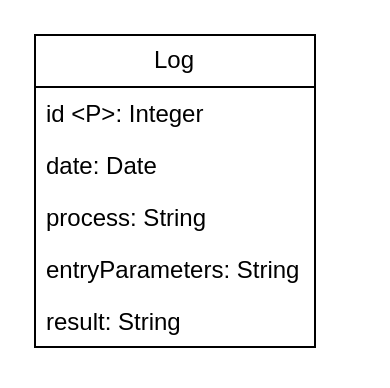
danielpilot/event-database keeps this draw.io diagram as conceptual-diagram-log.drawio. Above is the earlier version. Source tidied: cells renumbered, new cells numbered last; positions are measured from the earlier drawing's top-left corner, leaving out a move shared by most shapes. Both pictures are drawn from the tidied source at 200%, with x=0, y=0 at pixel (34, 34).
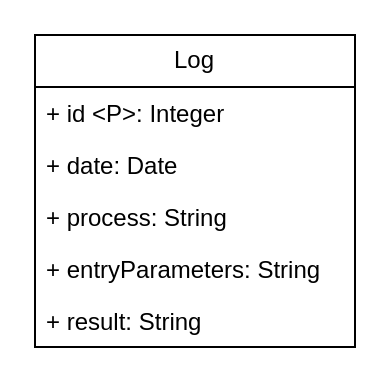
After the change.

The edit, as a diff of the source:
```diff
@@
 <mxGraphModel>
   <root>
     <mxCell id="0" />
     <mxCell id="1" parent="0" />
     <mxCell id="2" value="Log" style="swimlane;fontStyle=0;horizontal=1;startSize=26;fillColor=none;whiteSpace=wrap;html=1;" parent="1" vertex="1">
-      <mxGeometry width="140" height="156" as="geometry" />
+      <mxGeometry width="160" height="156" as="geometry" />
     </mxCell>
-    <mxCell id="3" value="id &amp;lt;P&amp;gt;: Integer" style="text;strokeColor=none;fillColor=none;align=left;verticalAlign=top;spacingLeft=4;spacingRight=4;overflow=hidden;whiteSpace=wrap;html=1;" parent="2" vertex="1">
-      <mxGeometry y="26" width="140" height="26" as="geometry" />
+    <mxCell id="3" value="+ id &amp;lt;P&amp;gt;: Integer" style="text;strokeColor=none;fillColor=none;align=left;verticalAlign=top;spacingLeft=4;spacingRight=4;overflow=hidden;whiteSpace=wrap;html=1;" parent="2" vertex="1">
+      <mxGeometry y="26" width="160" height="26" as="geometry" />
     </mxCell>
-    <mxCell id="4" value="date: Date" style="text;strokeColor=none;fillColor=none;align=left;verticalAlign=top;spacingLeft=4;spacingRight=4;overflow=hidden;whiteSpace=wrap;html=1;" parent="2" vertex="1">
-      <mxGeometry y="52" width="140" height="26" as="geometry" />
+    <mxCell id="4" value="+ date: Date" style="text;strokeColor=none;fillColor=none;align=left;verticalAlign=top;spacingLeft=4;spacingRight=4;overflow=hidden;whiteSpace=wrap;html=1;" parent="2" vertex="1">
+      <mxGeometry y="52" width="160" height="26" as="geometry" />
     </mxCell>
-    <mxCell id="5" value="process: String" style="text;strokeColor=none;fillColor=none;align=left;verticalAlign=top;spacingLeft=4;spacingRight=4;overflow=hidden;whiteSpace=wrap;html=1;" parent="2" vertex="1">
-      <mxGeometry y="78" width="140" height="26" as="geometry" />
+    <mxCell id="5" value="+ process: String" style="text;strokeColor=none;fillColor=none;align=left;verticalAlign=top;spacingLeft=4;spacingRight=4;overflow=hidden;whiteSpace=wrap;html=1;" parent="2" vertex="1">
+      <mxGeometry y="78" width="160" height="26" as="geometry" />
     </mxCell>
-    <mxCell id="6" value="entryParameters: String" style="text;strokeColor=none;fillColor=none;align=left;verticalAlign=top;spacingLeft=4;spacingRight=4;overflow=hidden;whiteSpace=wrap;html=1;" parent="2" vertex="1">
-      <mxGeometry y="104" width="140" height="26" as="geometry" />
+    <mxCell id="6" value="+ entryParameters: String" style="text;strokeColor=none;fillColor=none;align=left;verticalAlign=top;spacingLeft=4;spacingRight=4;overflow=hidden;whiteSpace=wrap;html=1;" parent="2" vertex="1">
+      <mxGeometry y="104" width="160" height="26" as="geometry" />
     </mxCell>
-    <mxCell id="7" value="result: String" style="text;strokeColor=none;fillColor=none;align=left;verticalAlign=top;spacingLeft=4;spacingRight=4;overflow=hidden;whiteSpace=wrap;html=1;" parent="2" vertex="1">
-      <mxGeometry y="130" width="140" height="26" as="geometry" />
+    <mxCell id="7" value="+ result: String" style="text;strokeColor=none;fillColor=none;align=left;verticalAlign=top;spacingLeft=4;spacingRight=4;overflow=hidden;whiteSpace=wrap;html=1;" parent="2" vertex="1">
+      <mxGeometry y="130" width="160" height="26" as="geometry" />
     </mxCell>
   </root>
 </mxGraphModel>
```
